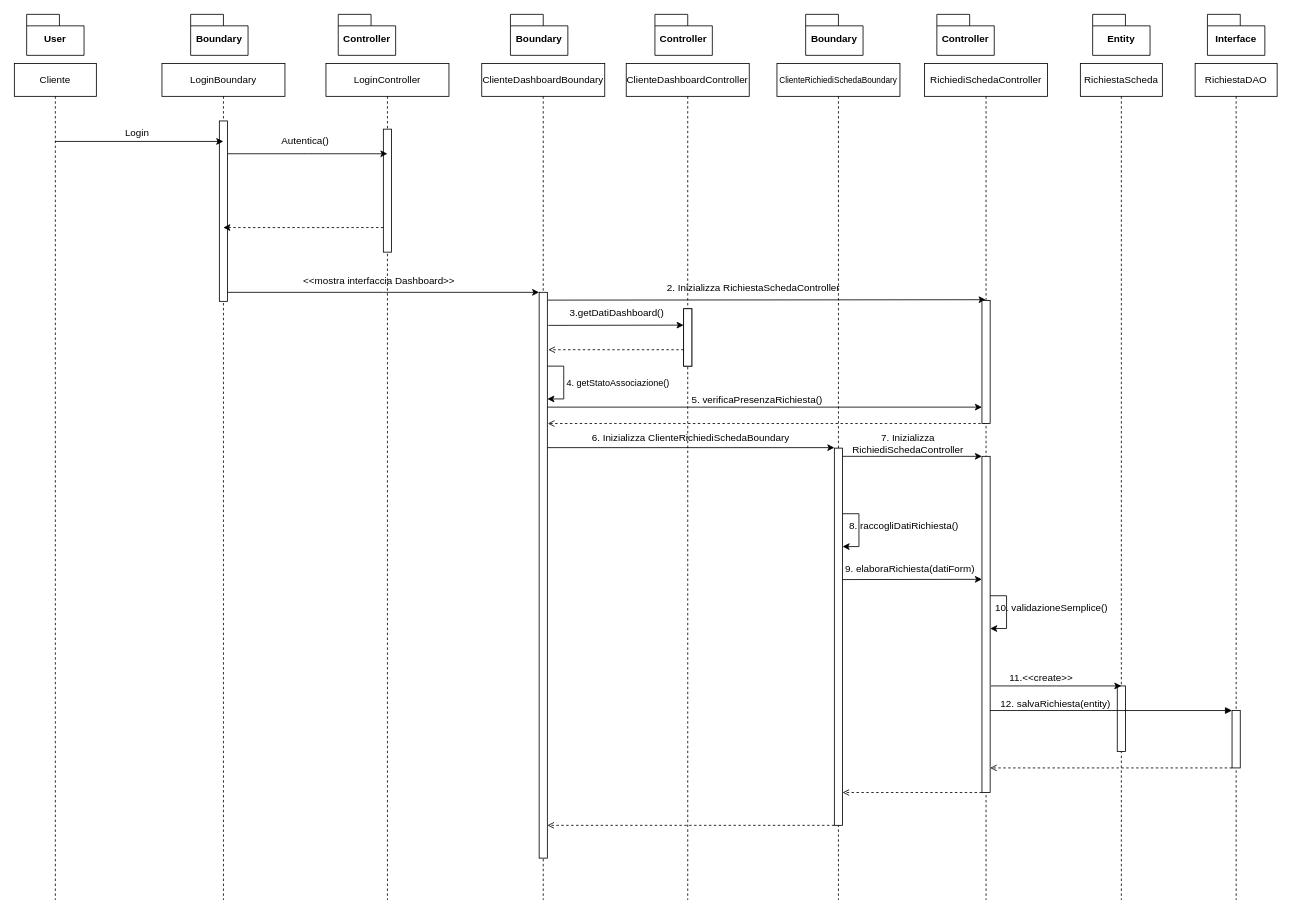
FedericoSib/FitPlan keeps this draw.io diagram as SequenceDiagram/SequenceDiagram.drawio. Above is the earlier version. Source tidied: cells renumbered, new cells numbered last; positions are measured from the earlier drawing's top-left corner, leaving out a move shared by most shapes. Both pictures are drawn from the tidied source at 82%, with x=0, y=0 at pixel (14, 14).
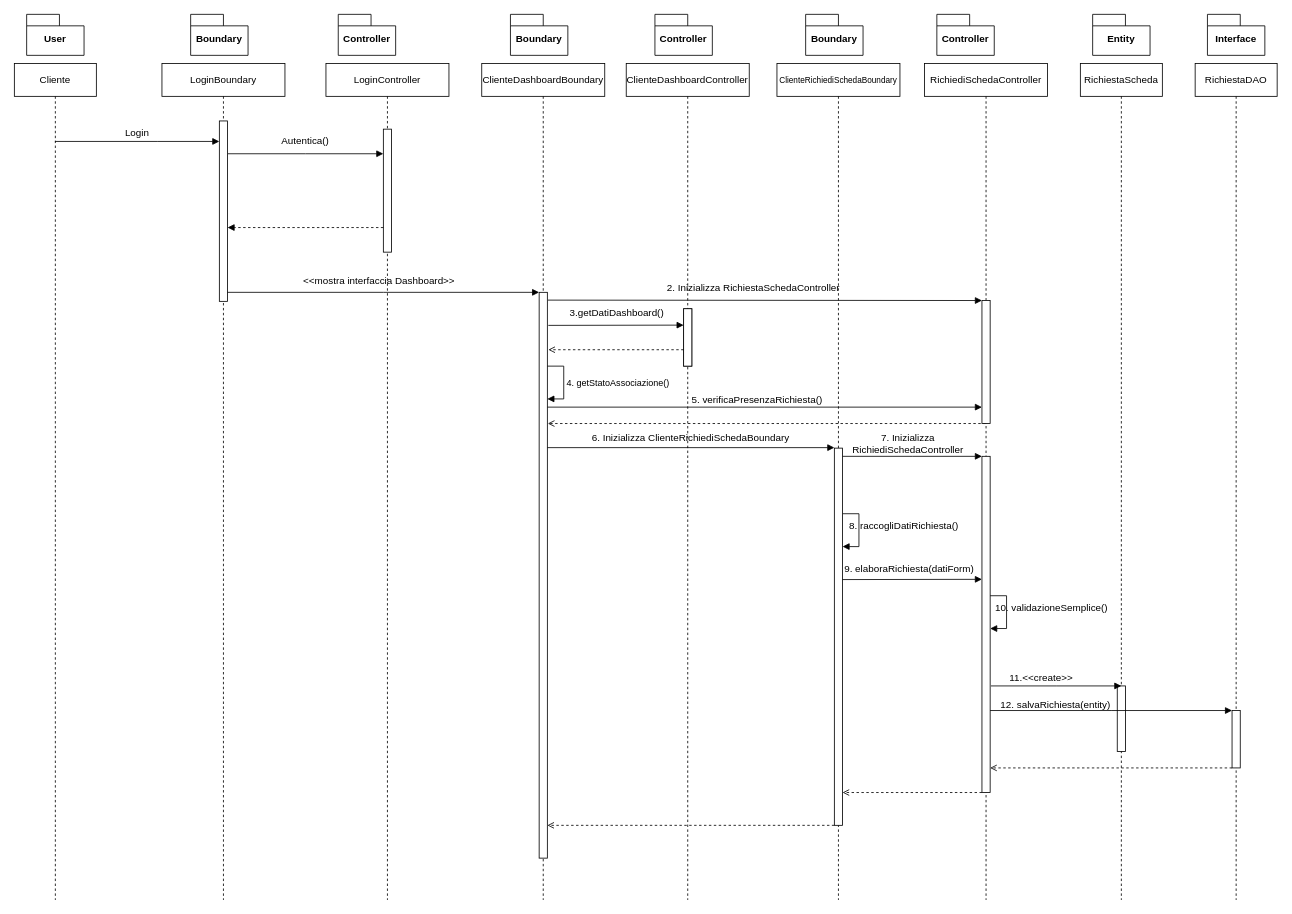
The same page after the edit.

Unchanged cells that the change refers to:
```xml
<mxCell id="2" value="&lt;font style=&quot;font-size: 10px;&quot;&gt;ClienteRichiediSchedaBoundary&lt;/font&gt;" style="shape=umlLifeline;perimeter=lifelinePerimeter;whiteSpace=wrap;html=1;newEdgeStyle={&quot;edgeStyle&quot;:&quot;elbowEdgeStyle&quot;,&quot;elbow&quot;:&quot;vertical&quot;,&quot;curved&quot;:0,&quot;rounded&quot;:0};" parent="1" vertex="1">
  <mxGeometry x="930" y="60" width="150" height="1020" as="geometry" />
</mxCell>
<mxCell id="4" style="html=1;points=[];perimeter=orthogonalPerimeter;outlineConnect=0;targetShapes=umlLifeline;portConstraint=eastwest;newEdgeStyle={&quot;edgeStyle&quot;:&quot;elbowEdgeStyle&quot;,&quot;elbow&quot;:&quot;vertical&quot;,&quot;curved&quot;:0,&quot;rounded&quot;:0};" parent="2" vertex="1">
  <mxGeometry x="70" y="469" width="10" height="460" as="geometry" />
</mxCell>
<mxCell id="27" style="html=1;points=[];perimeter=orthogonalPerimeter;outlineConnect=0;targetShapes=umlLifeline;portConstraint=eastwest;newEdgeStyle={&quot;edgeStyle&quot;:&quot;elbowEdgeStyle&quot;,&quot;elbow&quot;:&quot;vertical&quot;,&quot;curved&quot;:0,&quot;rounded&quot;:0};" parent="25" vertex="1">
  <mxGeometry x="70" y="289" width="10" height="150" as="geometry" />
</mxCell>
<mxCell id="35" style="html=1;points=[];perimeter=orthogonalPerimeter;outlineConnect=0;targetShapes=umlLifeline;portConstraint=eastwest;newEdgeStyle={&quot;edgeStyle&quot;:&quot;elbowEdgeStyle&quot;,&quot;elbow&quot;:&quot;vertical&quot;,&quot;curved&quot;:0,&quot;rounded&quot;:0};" parent="34" vertex="1">
  <mxGeometry x="45" y="759" width="10" height="80" as="geometry" />
</mxCell>
<mxCell id="49" value="Cliente" style="shape=umlLifeline;perimeter=lifelinePerimeter;whiteSpace=wrap;html=1;outlineConnect=0;portConstraint=eastwest;newEdgeStyle={&quot;edgeStyle&quot;:&quot;elbowEdgeStyle&quot;,&quot;elbow&quot;:&quot;vertical&quot;,&quot;curved&quot;:0,&quot;rounded&quot;:0};" parent="1" vertex="1">
  <mxGeometry y="60" width="100" height="1020" as="geometry" />
</mxCell>
```

Change to the diagram source:
```diff
@@
-    <mxCell id="3" style="edgeStyle=orthogonalEdgeStyle;rounded=0;orthogonalLoop=1;jettySize=auto;html=1;elbow=vertical;entryX=1;entryY=0.261;entryDx=0;entryDy=0;entryPerimeter=0;" parent="2" edge="1" source="4" target="4">
+    <mxCell id="3" style="edgeStyle=orthogonalEdgeStyle;rounded=0;orthogonalLoop=1;jettySize=auto;html=1;elbow=vertical;entryX=1;entryY=0.261;entryDx=0;entryDy=0;entryPerimeter=0;endArrow=block;endFill=1;" parent="2" edge="1" source="4" target="4">
       <mxGeometry relative="1" as="geometry">
         <Array as="points">
           <mxPoint x="100" y="549" />
           <mxPoint x="100" y="589" />
         </Array>
       </mxGeometry>
     </mxCell>
@@
-    <mxCell id="12" style="edgeStyle=elbowEdgeStyle;rounded=0;orthogonalLoop=1;jettySize=auto;html=1;elbow=vertical;curved=0;" parent="1" edge="1">
+    <mxCell id="12" style="edgeStyle=elbowEdgeStyle;rounded=0;orthogonalLoop=1;jettySize=auto;html=1;elbow=vertical;curved=0;endArrow=block;endFill=1;" parent="1" edge="1">
       <mxGeometry relative="1" as="geometry">
         <mxPoint x="650" y="528.4" as="sourcePoint" />
         <mxPoint x="1000" y="529" as="targetPoint" />
         <Array as="points">
           <mxPoint x="920" y="528.4" />
         </Array>
       </mxGeometry>
     </mxCell>
-    <mxCell id="13" style="edgeStyle=elbowEdgeStyle;rounded=0;orthogonalLoop=1;jettySize=auto;html=1;elbow=vertical;curved=0;" parent="1" edge="1">
+    <mxCell id="13" style="edgeStyle=elbowEdgeStyle;rounded=0;jettySize=auto;html=1;elbow=vertical;curved=0;endArrow=block;endFill=1;" parent="1" edge="1" target="27">
       <mxGeometry relative="1" as="geometry">
         <mxPoint x="650.6" y="348.5" as="sourcePoint" />
-        <mxPoint x="1184.5" y="348" as="targetPoint" />
       </mxGeometry>
     </mxCell>
@@
-    <mxCell id="20" style="edgeStyle=elbowEdgeStyle;rounded=0;orthogonalLoop=1;jettySize=auto;html=1;elbow=vertical;curved=0;" parent="1" edge="1">
+    <mxCell id="20" style="edgeStyle=elbowEdgeStyle;rounded=0;orthogonalLoop=1;jettySize=auto;html=1;elbow=vertical;curved=0;endArrow=block;endFill=1;" parent="1" edge="1">
       <mxGeometry relative="1" as="geometry">
         <mxPoint x="651.2" y="379.3" as="sourcePoint" />
         <mxPoint x="816.2" y="379.3" as="targetPoint" />
       </mxGeometry>
     </mxCell>
@@
-    <mxCell id="22" style="edgeStyle=elbowEdgeStyle;rounded=0;orthogonalLoop=1;jettySize=auto;html=1;elbow=vertical;curved=0;fontStyle=0;" parent="1" edge="1">
+    <mxCell id="22" style="edgeStyle=elbowEdgeStyle;rounded=0;orthogonalLoop=1;jettySize=auto;html=1;elbow=vertical;curved=0;fontStyle=0;endArrow=block;endFill=1;" parent="1" edge="1">
       <mxGeometry relative="1" as="geometry">
         <mxPoint x="650" y="479" as="sourcePoint" />
         <mxPoint x="1180" y="479" as="targetPoint" />
       </mxGeometry>
     </mxCell>
@@
-    <mxCell id="30" style="edgeStyle=elbowEdgeStyle;rounded=0;orthogonalLoop=1;jettySize=auto;html=1;elbow=vertical;curved=0;" parent="1" edge="1">
+    <mxCell id="30" style="edgeStyle=elbowEdgeStyle;rounded=0;orthogonalLoop=1;jettySize=auto;html=1;elbow=vertical;curved=0;endArrow=block;endFill=1;" parent="1" edge="1">
       <mxGeometry relative="1" as="geometry">
         <mxPoint x="1010" y="539" as="sourcePoint" />
         <mxPoint x="1180" y="539" as="targetPoint" />
       </mxGeometry>
     </mxCell>
@@
-    <mxCell id="32" style="edgeStyle=elbowEdgeStyle;rounded=0;orthogonalLoop=1;jettySize=auto;html=1;elbow=vertical;curved=0;" parent="1" edge="1">
+    <mxCell id="32" style="edgeStyle=elbowEdgeStyle;rounded=0;orthogonalLoop=1;jettySize=auto;html=1;elbow=vertical;curved=0;endArrow=block;endFill=1;" parent="1" edge="1">
       <mxGeometry relative="1" as="geometry">
         <mxPoint x="1010" y="689.3" as="sourcePoint" />
         <mxPoint x="1180" y="689" as="targetPoint" />
       </mxGeometry>
     </mxCell>
     <mxCell id="33" value="9. elaboraRichiesta(datiForm)" style="text;html=1;whiteSpace=wrap;strokeColor=none;fillColor=none;align=center;verticalAlign=middle;rounded=0;" parent="1" vertex="1">
-      <mxGeometry x="999.5" y="662" width="185" height="30" as="geometry" />
+      <mxGeometry x="998.5" y="661" width="185" height="30" as="geometry" />
     </mxCell>
@@
-    <mxCell id="38" style="edgeStyle=orthogonalEdgeStyle;rounded=0;orthogonalLoop=1;jettySize=auto;html=1;elbow=vertical;entryX=1;entryY=0.261;entryDx=0;entryDy=0;entryPerimeter=0;" parent="1" edge="1">
+    <mxCell id="38" style="edgeStyle=orthogonalEdgeStyle;rounded=0;orthogonalLoop=1;jettySize=auto;html=1;elbow=vertical;entryX=1;entryY=0.261;entryDx=0;entryDy=0;entryPerimeter=0;endArrow=block;endFill=1;" parent="1" edge="1">
       <mxGeometry relative="1" as="geometry">
         <mxPoint x="1190" y="709" as="sourcePoint" />
         <mxPoint x="1190" y="749" as="targetPoint" />
         <Array as="points">
           <mxPoint x="1210" y="709" />
           <mxPoint x="1210" y="749" />
         </Array>
       </mxGeometry>
     </mxCell>
@@
-    <mxCell id="40" style="edgeStyle=elbowEdgeStyle;rounded=0;jettySize=auto;html=1;elbow=vertical;curved=0;entryX=0.5;entryY=0;entryDx=0;entryDy=0;entryPerimeter=0;" parent="1" edge="1" target="35">
+    <mxCell id="40" style="edgeStyle=elbowEdgeStyle;rounded=0;jettySize=auto;html=1;elbow=vertical;curved=0;entryX=0.5;entryY=0;entryDx=0;entryDy=0;entryPerimeter=0;endArrow=block;endFill=1;" parent="1" edge="1" target="35">
       <mxGeometry relative="1" as="geometry">
         <mxPoint x="1191" y="819" as="sourcePoint" />
       </mxGeometry>
     </mxCell>
@@
     <mxCell id="43" value="&lt;div&gt;&lt;br&gt;&lt;/div&gt;&lt;div&gt;12. salvaRichiesta(entity)&lt;/div&gt;" style="text;html=1;whiteSpace=wrap;strokeColor=none;fillColor=none;align=center;verticalAlign=middle;rounded=0;" parent="1" vertex="1">
-      <mxGeometry x="1195" y="818" width="150" height="30" as="geometry" />
+      <mxGeometry x="1195" y="820" width="150" height="28" as="geometry" />
     </mxCell>
@@
-    <mxCell id="47" style="edgeStyle=orthogonalEdgeStyle;rounded=0;orthogonalLoop=1;jettySize=auto;html=1;elbow=vertical;entryX=1;entryY=0.261;entryDx=0;entryDy=0;entryPerimeter=0;" parent="1" edge="1">
+    <mxCell id="47" style="edgeStyle=orthogonalEdgeStyle;rounded=0;orthogonalLoop=1;jettySize=auto;html=1;elbow=vertical;entryX=1;entryY=0.261;entryDx=0;entryDy=0;entryPerimeter=0;endArrow=block;endFill=1;" parent="1" edge="1">
       <mxGeometry relative="1" as="geometry">
         <mxPoint x="650" y="429" as="sourcePoint" />
         <mxPoint x="650" y="469" as="targetPoint" />
         <Array as="points">
           <mxPoint x="670" y="429" />
           <mxPoint x="670" y="469" />
         </Array>
       </mxGeometry>
     </mxCell>
@@
-    <mxCell id="57" style="edgeStyle=elbowEdgeStyle;rounded=0;jettySize=auto;html=1;elbow=vertical;curved=0;" parent="1" edge="1" source="49">
+    <mxCell id="57" style="edgeStyle=elbowEdgeStyle;rounded=0;jettySize=auto;html=1;elbow=vertical;curved=0;endArrow=block;endFill=1;" parent="1" edge="1" source="49">
       <mxGeometry relative="1" as="geometry">
-        <mxPoint x="254.8" y="154.9" as="targetPoint" />
+        <mxPoint x="250" y="155" as="targetPoint" />
       </mxGeometry>
     </mxCell>
@@
-    <mxCell id="59" style="edgeStyle=elbowEdgeStyle;rounded=0;orthogonalLoop=1;jettySize=auto;html=1;elbow=vertical;curved=0;" parent="1" edge="1">
+    <mxCell id="59" style="edgeStyle=elbowEdgeStyle;rounded=0;orthogonalLoop=1;jettySize=auto;html=1;elbow=vertical;curved=0;endArrow=block;endFill=1;" parent="1" edge="1">
       <mxGeometry relative="1" as="geometry">
         <mxPoint x="260.5" y="170" as="sourcePoint" />
-        <mxPoint x="455" y="170" as="targetPoint" />
+        <mxPoint x="450" y="170" as="targetPoint" />
       </mxGeometry>
     </mxCell>
@@
-    <mxCell id="61" style="edgeStyle=elbowEdgeStyle;rounded=0;orthogonalLoop=1;jettySize=auto;html=1;elbow=vertical;curved=0;dashed=1;" parent="1" edge="1">
+    <mxCell id="61" style="edgeStyle=elbowEdgeStyle;rounded=0;orthogonalLoop=1;jettySize=auto;html=1;elbow=vertical;curved=0;dashed=1;endArrow=block;endFill=1;" parent="1" edge="1">
       <mxGeometry relative="1" as="geometry">
         <mxPoint x="450" y="260" as="sourcePoint" />
-        <mxPoint x="254.8" y="260" as="targetPoint" />
+        <mxPoint x="260" y="260" as="targetPoint" />
       </mxGeometry>
     </mxCell>
@@
-    <mxCell id="63" style="edgeStyle=elbowEdgeStyle;rounded=0;orthogonalLoop=1;jettySize=auto;html=1;elbow=vertical;curved=0;" parent="1" edge="1">
+    <mxCell id="63" style="edgeStyle=elbowEdgeStyle;rounded=0;orthogonalLoop=1;jettySize=auto;html=1;elbow=vertical;curved=0;endArrow=block;endFill=1;" parent="1" edge="1">
       <mxGeometry relative="1" as="geometry">
         <mxPoint x="260" y="339" as="sourcePoint" />
         <mxPoint x="640" y="339" as="targetPoint" />
       </mxGeometry>
     </mxCell>
```
